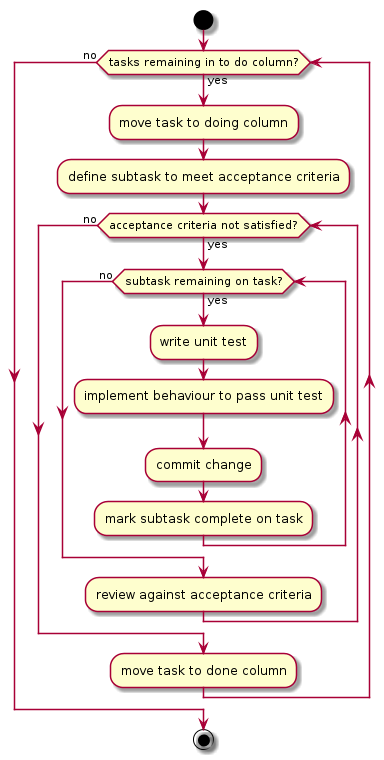
Before: documentation/process-do-task.png, a diagram exported from PlantUML (svo/role-based-access-control).
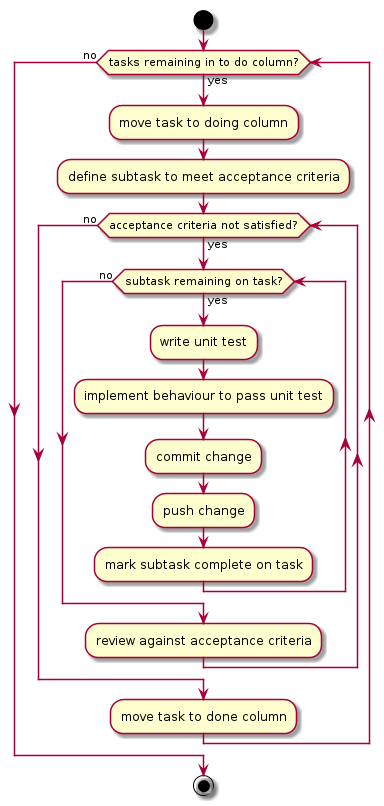
After the change.

Commit message:
Adding explicit push step to do task process activity diagram

Diff of the diagram source:
```diff
@@ -11,6 +11,7 @@
       :write unit test;
       :implement behaviour to pass unit test;
       :commit change;
+      :push change;
       :mark subtask complete on task;
     endwhile (no)
 
```
